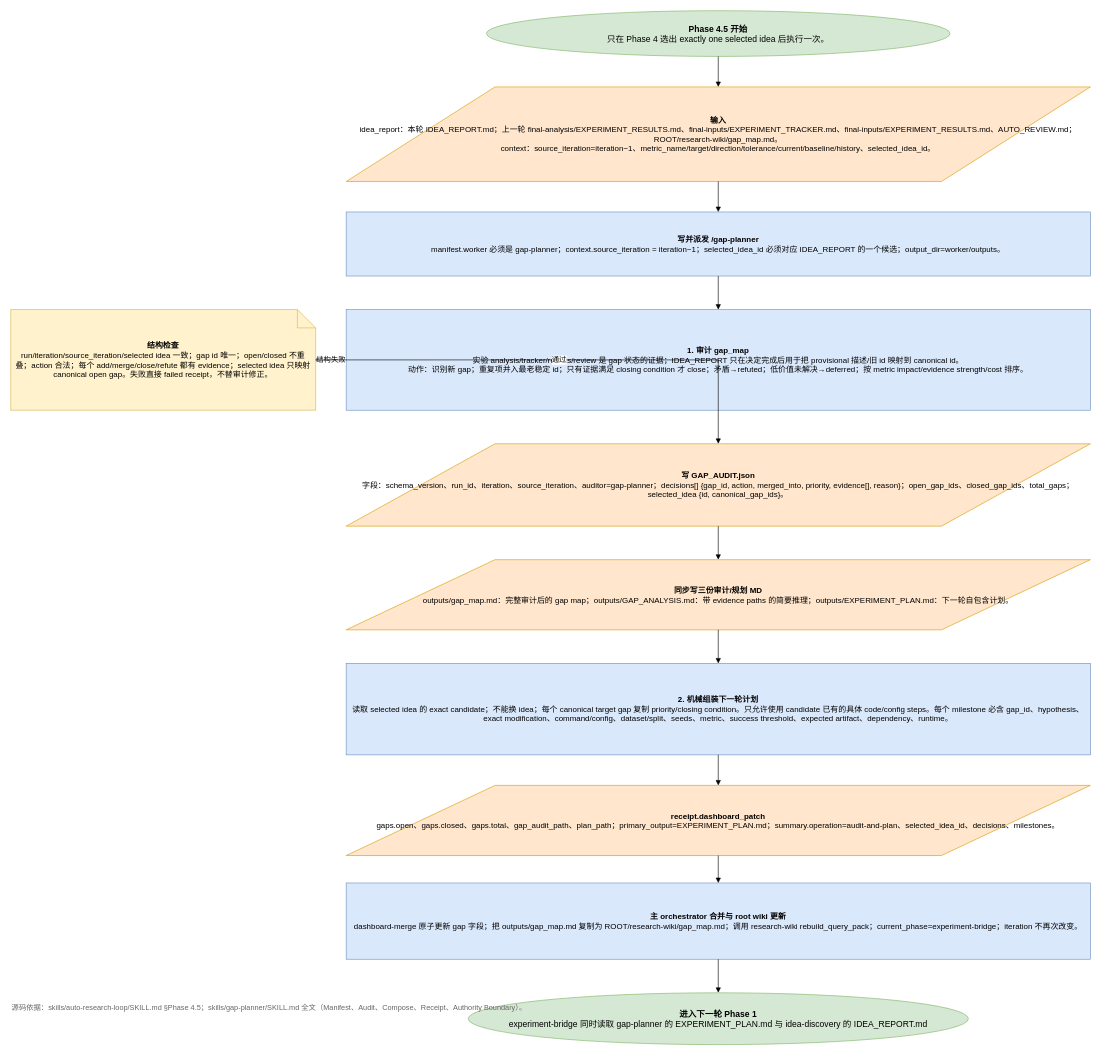
Above: page "06 Phase 4.5 Gap Planner" (7 of 12) of packages/Auto-claude-code-research-in-sleep/docs/auto-research-loop-flow.drawio in justforyou16007/paseo (draw.io), before the change. Source tidied: cells renumbered, new cells numbered last; positions are measured from the earlier drawing's top-left corner, leaving out a move shared by most shapes. Both pictures are drawn from the tidied source at 61%, with x=0, y=0 at pixel (10, 10).
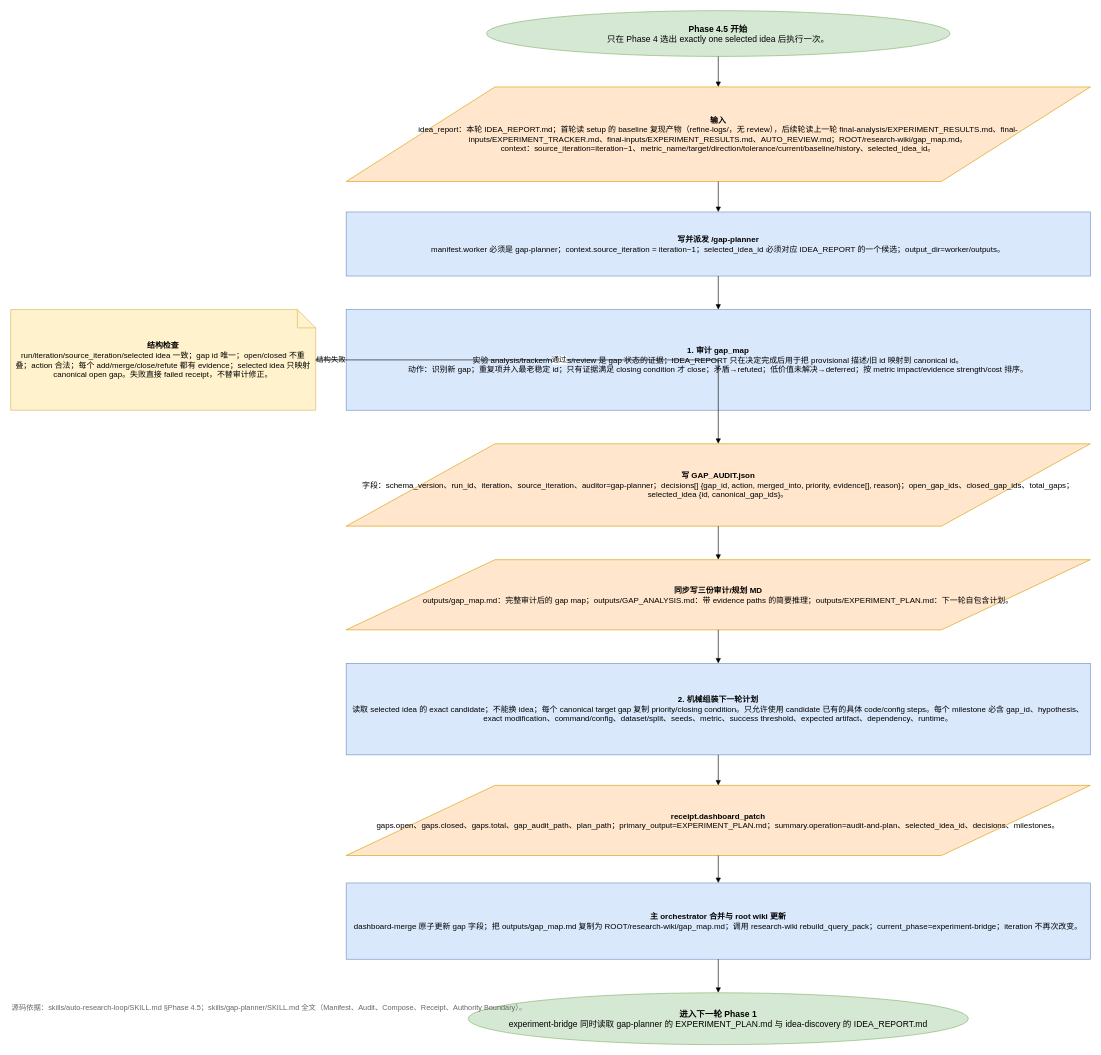
The same diagram, later.

Commit message (it also covers changes not shown here):
baseline 复现前置到 research-setup，auto-research-loop 转为纯改进循环

Diff of the diagram source:
```diff
@@
-    <mxCell id="3" value="&lt;b&gt;输入&lt;/b&gt;&lt;br&gt;idea_report：本轮 IDEA_REPORT.md；上一轮 final-analysis/EXPERIMENT_RESULTS.md、final-inputs/EXPERIMENT_TRACKER.md、final-inputs/EXPERIMENT_RESULTS.md、AUTO_REVIEW.md；ROOT/research-wiki/gap_map.md。&lt;br&gt;context：source_iteration=iteration−1、metric_name/target/direction/tolerance/current/baseline/history、selected_idea_id。" style="shape=parallelogram;perimeter=parallelogramPerimeter;whiteSpace=wrap;html=1;fillColor=#ffe6cc;strokeColor=#d79b00;fontSize=13;spacing=8;" parent="1" vertex="1">
+    <mxCell id="3" value="&lt;b&gt;输入&lt;/b&gt;&lt;br&gt;idea_report：本轮 IDEA_REPORT.md；首轮读 setup 的 baseline 复现产物（refine-logs/，无 review），后续轮读上一轮 final-analysis/EXPERIMENT_RESULTS.md、final-inputs/EXPERIMENT_TRACKER.md、final-inputs/EXPERIMENT_RESULTS.md、AUTO_REVIEW.md；ROOT/research-wiki/gap_map.md。&lt;br&gt;context：source_iteration=iteration−1、metric_name/target/direction/tolerance/current/baseline/history、selected_idea_id。" style="shape=parallelogram;perimeter=parallelogramPerimeter;whiteSpace=wrap;html=1;fillColor=#ffe6cc;strokeColor=#d79b00;fontSize=13;spacing=8;" parent="1" vertex="1">
       <mxGeometry x="550" y="125" width="1220" height="155" as="geometry" />
     </mxCell>
```
